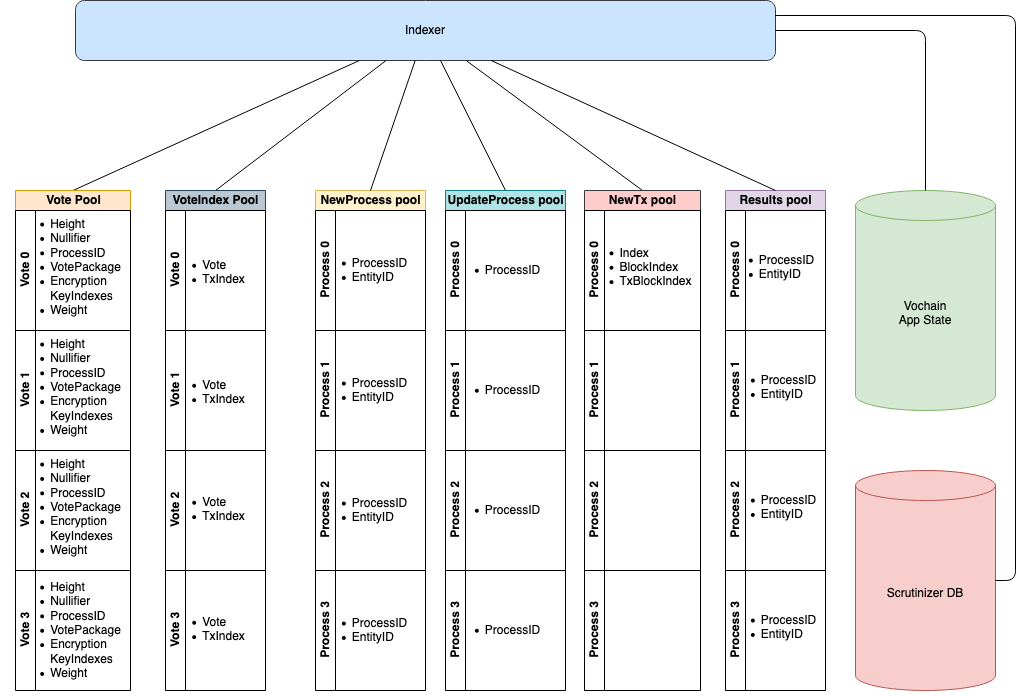
The draw.io diagram docs/indexer-comp.png in vocdoni/design, before a commit. Source tidied: cells renumbered, new cells last; positions are measured from the earlier drawing's top-left corner, leaving out a move shared by most shapes.
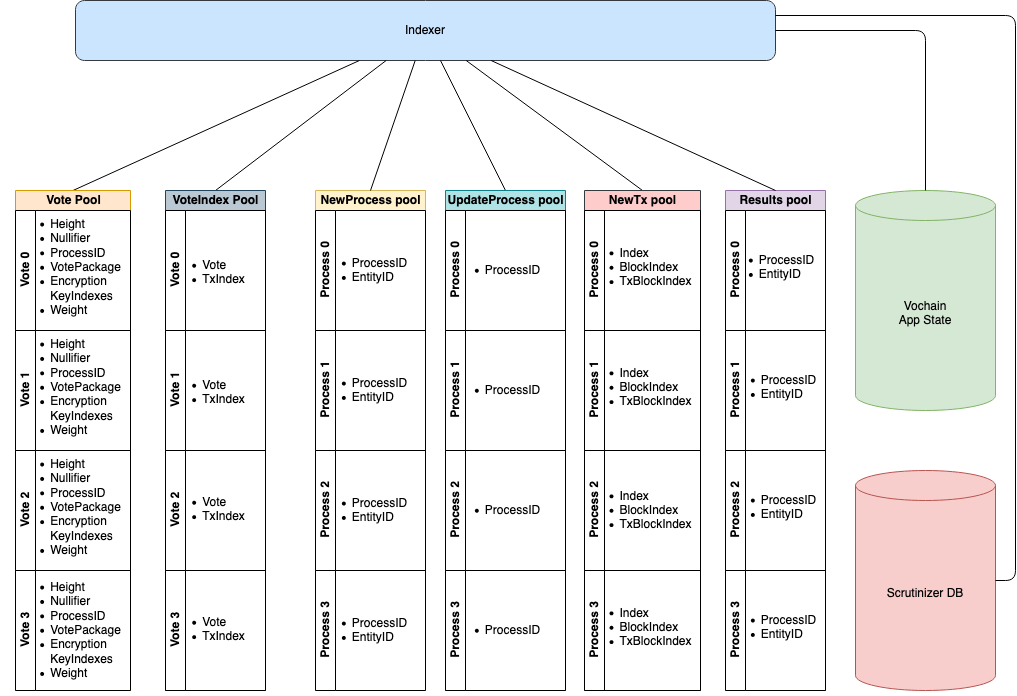
Later version of the same file.

The edit, as a diff of the source:
```diff
@@ -159,12 +159,21 @@
     <mxCell id="52" value="Process 1" style="swimlane;html=1;startSize=20;horizontal=0;" parent="49" vertex="1">
       <mxGeometry y="140" width="116" height="120" as="geometry" />
     </mxCell>
+    <mxCell id="64" value="&lt;div align=&quot;justify&quot;&gt;&lt;ul&gt;&lt;li&gt;Index&lt;br&gt;&lt;/li&gt;&lt;li&gt;BlockIndex&lt;/li&gt;&lt;li&gt;&lt;div&gt;TxBlockIndex&lt;br&gt;&lt;/div&gt;&lt;/li&gt;&lt;/ul&gt;&lt;/div&gt;" style="text;html=1;align=center;verticalAlign=middle;" parent="52" vertex="1">
+      <mxGeometry x="-14" y="22" width="130" height="70" as="geometry" />
+    </mxCell>
     <mxCell id="53" value="Process 2" style="swimlane;html=1;startSize=20;horizontal=0;" parent="49" vertex="1">
       <mxGeometry y="260" width="116" height="120" as="geometry" />
     </mxCell>
+    <mxCell id="65" value="&lt;div align=&quot;justify&quot;&gt;&lt;ul&gt;&lt;li&gt;Index&lt;br&gt;&lt;/li&gt;&lt;li&gt;BlockIndex&lt;/li&gt;&lt;li&gt;&lt;div&gt;TxBlockIndex&lt;br&gt;&lt;/div&gt;&lt;/li&gt;&lt;/ul&gt;&lt;/div&gt;" style="text;html=1;align=center;verticalAlign=middle;" parent="53" vertex="1">
+      <mxGeometry x="-14" y="25" width="130" height="70" as="geometry" />
+    </mxCell>
     <mxCell id="54" value="Process 3" style="swimlane;html=1;startSize=20;horizontal=0;" parent="49" vertex="1">
       <mxGeometry y="380" width="116" height="120" as="geometry" />
     </mxCell>
+    <mxCell id="66" value="&lt;div align=&quot;justify&quot;&gt;&lt;ul&gt;&lt;li&gt;Index&lt;br&gt;&lt;/li&gt;&lt;li&gt;BlockIndex&lt;/li&gt;&lt;li&gt;&lt;div&gt;TxBlockIndex&lt;br&gt;&lt;/div&gt;&lt;/li&gt;&lt;/ul&gt;&lt;/div&gt;" style="text;html=1;align=center;verticalAlign=middle;" parent="54" vertex="1">
+      <mxGeometry x="-14" y="22" width="130" height="70" as="geometry" />
+    </mxCell>
     <mxCell id="55" value="Vote Pool" style="swimlane;html=1;horizontal=1;startSize=20;fillColor=#ffe6cc;strokeColor=#d79b00;" parent="1" vertex="1">
       <mxGeometry x="15" y="190" width="115" height="500" as="geometry" />
     </mxCell>
```
